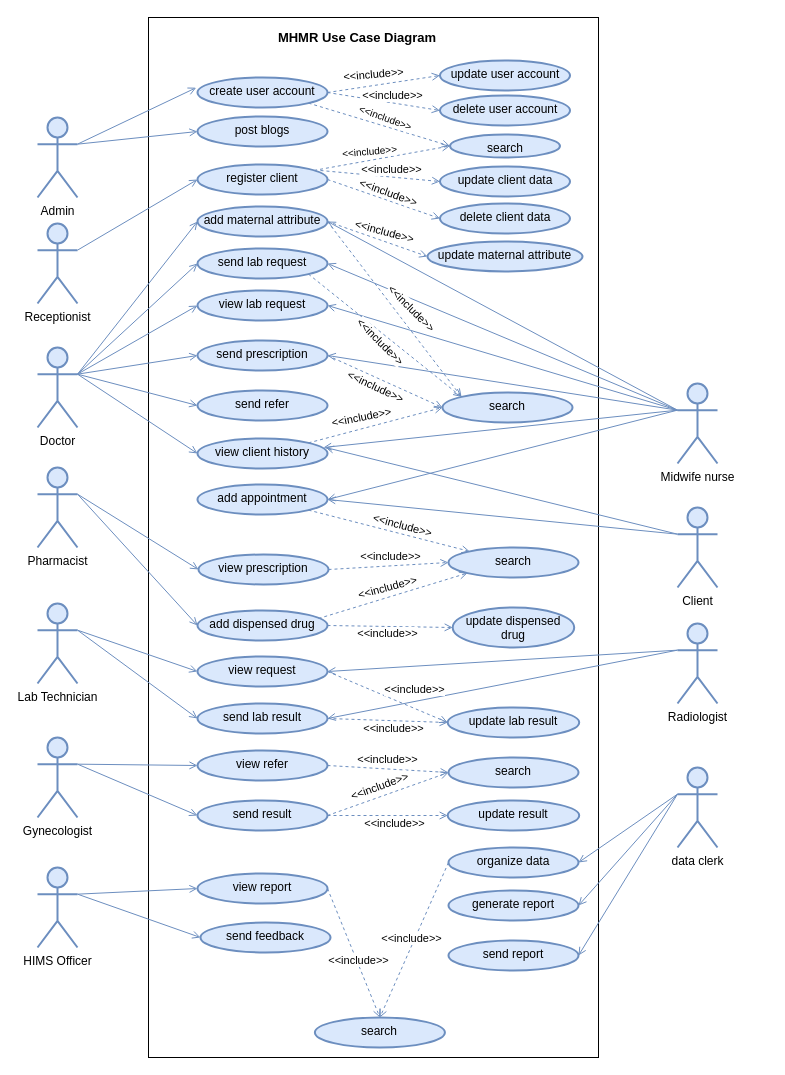
Before: Usecase Diagram.drawio in fasil712/UML_Diagram_Design, a draw.io diagram. Source tidied: cells renumbered, new cells numbered last; positions are measured from the earlier drawing's top-left corner, leaving out a move shared by most shapes. Both pictures are drawn from the tidied source at 100%, with x=0, y=0 at pixel (37, 17).
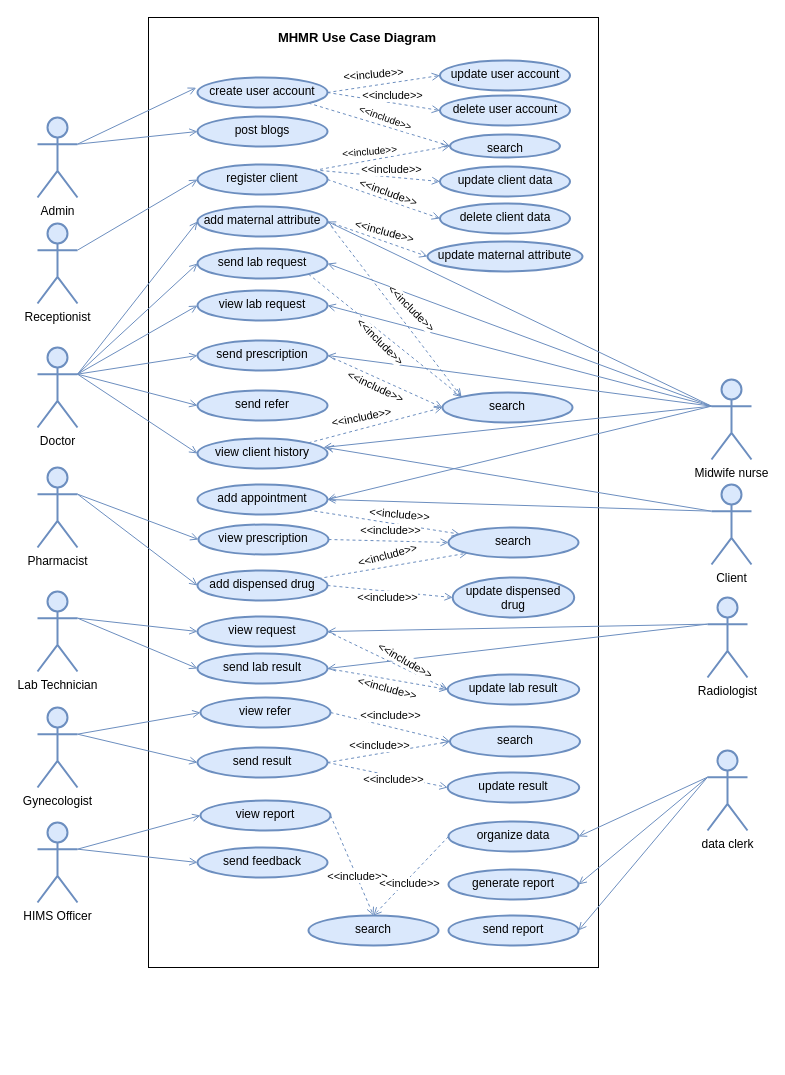
The same diagram, later.

Unchanged cells that the change refers to:
```xml
<mxCell id="59" style="rounded=0;jettySize=auto;html=1;endArrow=open;endFill=0;strokeWidth=1;fillColor=#dae8fc;strokeColor=#6c8ebf;exitX=1;exitY=0.5;exitDx=0;exitDy=0;dashed=1;entryX=0;entryY=0.5;entryDx=0;entryDy=0;" parent="1" edge="1" source="84" target="58">
  <mxGeometry relative="1" as="geometry" />
</mxCell>
<mxCell id="106" style="rounded=0;jettySize=auto;html=1;endArrow=open;endFill=0;strokeWidth=1;fillColor=#dae8fc;strokeColor=#6c8ebf;exitX=1;exitY=1;exitDx=0;exitDy=0;dashed=1;" parent="1" edge="1" source="79" target="90">
  <mxGeometry relative="1" as="geometry" />
</mxCell>
<mxCell id="119" style="rounded=0;jettySize=auto;html=1;endArrow=open;endFill=0;strokeWidth=1;fillColor=#dae8fc;strokeColor=#6c8ebf;exitX=1;exitY=0.5;exitDx=0;exitDy=0;dashed=1;entryX=0;entryY=0.5;entryDx=0;entryDy=0;" parent="1" edge="1" source="86" target="116">
  <mxGeometry relative="1" as="geometry" />
</mxCell>
<mxCell id="121" style="rounded=0;jettySize=auto;html=1;endArrow=open;endFill=0;strokeWidth=1;fillColor=#dae8fc;strokeColor=#6c8ebf;exitX=1;exitY=0.5;exitDx=0;exitDy=0;dashed=1;entryX=0;entryY=0.5;entryDx=0;entryDy=0;" parent="1" edge="1" source="83" target="58">
  <mxGeometry relative="1" as="geometry" />
</mxCell>
```

Diff of the diagram source:
```diff
@@
     <mxCell id="2" style="rounded=0;whiteSpace=wrap;html=1;strokeWidth=1;" parent="1" vertex="1">
-      <mxGeometry x="111" width="450" height="1040" as="geometry" />
+      <mxGeometry x="111" width="450" height="950" as="geometry" />
     </mxCell>
@@
     <mxCell id="30" value="Midwife nurse" style="shape=umlActor;verticalLabelPosition=bottom;verticalAlign=top;html=1;outlineConnect=0;strokeWidth=2;fillColor=#dae8fc;strokeColor=#6c8ebf;" parent="1" vertex="1">
-      <mxGeometry x="640" y="366" width="40" height="80" as="geometry" />
+      <mxGeometry x="674" y="362" width="40" height="80" as="geometry" />
     </mxCell>
@@
     <mxCell id="35" value="Client" style="shape=umlActor;verticalLabelPosition=bottom;verticalAlign=top;html=1;outlineConnect=0;strokeWidth=2;fillColor=#dae8fc;strokeColor=#6c8ebf;" parent="1" vertex="1">
-      <mxGeometry x="640" y="490" width="40" height="80" as="geometry" />
+      <mxGeometry x="674" y="467" width="40" height="80" as="geometry" />
     </mxCell>
@@
     <mxCell id="42" value="update dispensed drug" style="ellipse;whiteSpace=wrap;html=1;verticalAlign=top;strokeWidth=2;fillColor=#dae8fc;strokeColor=#6c8ebf;" parent="1" vertex="1">
-      <mxGeometry x="415.2" y="590" width="121.5" height="40" as="geometry" />
+      <mxGeometry x="415.2" y="560" width="121.5" height="40" as="geometry" />
     </mxCell>
@@
     <mxCell id="49" value="Radiologist" style="shape=umlActor;verticalLabelPosition=bottom;verticalAlign=top;html=1;outlineConnect=0;strokeWidth=2;fillColor=#dae8fc;strokeColor=#6c8ebf;" parent="1" vertex="1">
-      <mxGeometry x="640" y="606" width="40" height="80" as="geometry" />
+      <mxGeometry x="670" y="580" width="40" height="80" as="geometry" />
     </mxCell>
@@
     <mxCell id="52" value="generate report" style="ellipse;whiteSpace=wrap;html=1;verticalAlign=top;strokeWidth=2;fillColor=#dae8fc;strokeColor=#6c8ebf;" parent="1" vertex="1">
-      <mxGeometry x="411" y="873" width="130" height="30" as="geometry" />
+      <mxGeometry x="411" y="852" width="130" height="30" as="geometry" />
     </mxCell>
     <mxCell id="53" value="data clerk" style="shape=umlActor;verticalLabelPosition=bottom;verticalAlign=top;html=1;outlineConnect=0;strokeWidth=2;fillColor=#dae8fc;strokeColor=#6c8ebf;" parent="1" vertex="1">
-      <mxGeometry x="640" y="750" width="40" height="80" as="geometry" />
+      <mxGeometry x="670" y="733" width="40" height="80" as="geometry" />
     </mxCell>
@@
     <mxCell id="57" value="Lab Technician " style="shape=umlActor;verticalLabelPosition=bottom;verticalAlign=top;html=1;outlineConnect=0;strokeWidth=2;fillColor=#dae8fc;strokeColor=#6c8ebf;" parent="1" vertex="1">
-      <mxGeometry y="586" width="40" height="80" as="geometry" />
+      <mxGeometry y="574" width="40" height="80" as="geometry" />
     </mxCell>
     <mxCell id="58" value="update lab result" style="ellipse;whiteSpace=wrap;html=1;verticalAlign=top;strokeWidth=2;fillColor=#dae8fc;strokeColor=#6c8ebf;" parent="1" vertex="1">
-      <mxGeometry x="410.2" y="690" width="131.5" height="30" as="geometry" />
+      <mxGeometry x="410.2" y="657" width="131.5" height="30" as="geometry" />
     </mxCell>
@@
-    <mxCell id="60" value="&amp;lt;&amp;lt;include&amp;gt;&amp;gt;" style="edgeLabel;html=1;align=center;verticalAlign=middle;" parent="59" vertex="1">
+    <mxCell id="60" value="&amp;lt;&amp;lt;include&amp;gt;&amp;gt;" style="edgeLabel;html=1;align=center;verticalAlign=middle;rotation=15;" parent="59" vertex="1">
       <mxGeometry x="-0.24" y="-1" relative="1" as="geometry">
-        <mxPoint x="20" y="7" as="offset" />
+        <mxPoint x="15" y="10" as="offset" />
       </mxGeometry>
     </mxCell>
     <mxCell id="61" value="Gynecologist " style="shape=umlActor;verticalLabelPosition=bottom;verticalAlign=top;html=1;outlineConnect=0;strokeWidth=2;fillColor=#dae8fc;strokeColor=#6c8ebf;" parent="1" vertex="1">
-      <mxGeometry y="720" width="40" height="80" as="geometry" />
+      <mxGeometry y="690" width="40" height="80" as="geometry" />
     </mxCell>
     <mxCell id="62" value="update result" style="ellipse;whiteSpace=wrap;html=1;verticalAlign=top;strokeWidth=2;fillColor=#dae8fc;strokeColor=#6c8ebf;" parent="1" vertex="1">
-      <mxGeometry x="410.2" y="783" width="131.5" height="30" as="geometry" />
+      <mxGeometry x="410.2" y="755" width="131.5" height="30" as="geometry" />
     </mxCell>
@@
     <mxCell id="65" value="send report" style="ellipse;whiteSpace=wrap;html=1;verticalAlign=top;strokeWidth=2;fillColor=#dae8fc;strokeColor=#6c8ebf;" parent="1" vertex="1">
-      <mxGeometry x="411" y="923" width="130" height="30" as="geometry" />
+      <mxGeometry x="411" y="898" width="130" height="30" as="geometry" />
     </mxCell>
     <mxCell id="66" value="HIMS Officer" style="shape=umlActor;verticalLabelPosition=bottom;verticalAlign=top;html=1;outlineConnect=0;strokeWidth=2;fillColor=#dae8fc;strokeColor=#6c8ebf;" parent="1" vertex="1">
-      <mxGeometry y="850" width="40" height="80" as="geometry" />
+      <mxGeometry y="805" width="40" height="80" as="geometry" />
     </mxCell>
@@
     <mxCell id="81" value="view prescription" style="ellipse;whiteSpace=wrap;html=1;verticalAlign=top;strokeWidth=2;fillColor=#dae8fc;strokeColor=#6c8ebf;" parent="1" vertex="1">
-      <mxGeometry x="161" y="537" width="130" height="30" as="geometry" />
+      <mxGeometry x="161" y="507" width="130" height="30" as="geometry" />
     </mxCell>
     <mxCell id="82" value="add dispensed drug " style="ellipse;whiteSpace=wrap;html=1;verticalAlign=top;strokeWidth=2;fillColor=#dae8fc;strokeColor=#6c8ebf;" parent="1" vertex="1">
-      <mxGeometry x="160" y="593" width="130" height="30" as="geometry" />
+      <mxGeometry x="160" y="553" width="130" height="30" as="geometry" />
     </mxCell>
     <mxCell id="83" value="view request" style="ellipse;whiteSpace=wrap;html=1;verticalAlign=top;strokeWidth=2;fillColor=#dae8fc;strokeColor=#6c8ebf;" parent="1" vertex="1">
-      <mxGeometry x="160" y="639" width="130" height="30" as="geometry" />
+      <mxGeometry x="160" y="599" width="130" height="30" as="geometry" />
     </mxCell>
     <mxCell id="84" value="send lab result" style="ellipse;whiteSpace=wrap;html=1;verticalAlign=top;strokeWidth=2;fillColor=#dae8fc;strokeColor=#6c8ebf;" parent="1" vertex="1">
-      <mxGeometry x="160" y="686" width="130" height="30" as="geometry" />
+      <mxGeometry x="160" y="636" width="130" height="30" as="geometry" />
     </mxCell>
     <mxCell id="85" value="view refer" style="ellipse;whiteSpace=wrap;html=1;verticalAlign=top;strokeWidth=2;fillColor=#dae8fc;strokeColor=#6c8ebf;" parent="1" vertex="1">
-      <mxGeometry x="160" y="733" width="130" height="30" as="geometry" />
+      <mxGeometry x="163" y="680" width="130" height="30" as="geometry" />
     </mxCell>
     <mxCell id="86" value="send result" style="ellipse;whiteSpace=wrap;html=1;verticalAlign=top;strokeWidth=2;fillColor=#dae8fc;strokeColor=#6c8ebf;" parent="1" vertex="1">
-      <mxGeometry x="160" y="783" width="130" height="30" as="geometry" />
+      <mxGeometry x="160" y="730" width="130" height="30" as="geometry" />
     </mxCell>
     <mxCell id="87" value="view report" style="ellipse;whiteSpace=wrap;html=1;verticalAlign=top;strokeWidth=2;fillColor=#dae8fc;strokeColor=#6c8ebf;" parent="1" vertex="1">
-      <mxGeometry x="160" y="856" width="130" height="30" as="geometry" />
+      <mxGeometry x="163" y="783" width="130" height="30" as="geometry" />
     </mxCell>
     <mxCell id="88" value="send feedback" style="ellipse;whiteSpace=wrap;html=1;verticalAlign=top;strokeWidth=2;fillColor=#dae8fc;strokeColor=#6c8ebf;" parent="1" vertex="1">
-      <mxGeometry x="163" y="905" width="130" height="30" as="geometry" />
+      <mxGeometry x="160" y="830" width="130" height="30" as="geometry" />
     </mxCell>
@@
     <mxCell id="90" value="search" style="ellipse;whiteSpace=wrap;html=1;verticalAlign=top;strokeWidth=2;fillColor=#dae8fc;strokeColor=#6c8ebf;" parent="1" vertex="1">
-      <mxGeometry x="411" y="530" width="130" height="30" as="geometry" />
+      <mxGeometry x="411" y="510" width="130" height="30" as="geometry" />
     </mxCell>
     <mxCell id="91" value="search" style="ellipse;whiteSpace=wrap;html=1;verticalAlign=top;strokeWidth=2;fillColor=#dae8fc;strokeColor=#6c8ebf;" parent="1" vertex="1">
-      <mxGeometry x="277.4" y="1000" width="130" height="30" as="geometry" />
+      <mxGeometry x="271" y="898" width="130" height="30" as="geometry" />
     </mxCell>
     <mxCell id="92" value="organize data" style="ellipse;whiteSpace=wrap;html=1;verticalAlign=top;strokeWidth=2;fillColor=#dae8fc;strokeColor=#6c8ebf;" parent="1" vertex="1">
-      <mxGeometry x="411" y="830" width="130" height="30" as="geometry" />
+      <mxGeometry x="411" y="804" width="130" height="30" as="geometry" />
     </mxCell>
@@
-    <mxCell id="107" value="&amp;lt;&amp;lt;include&amp;gt;&amp;gt;" style="edgeLabel;html=1;align=center;verticalAlign=middle;rotation=15;" parent="106" vertex="1">
+    <mxCell id="107" value="&amp;lt;&amp;lt;include&amp;gt;&amp;gt;" style="edgeLabel;html=1;align=center;verticalAlign=middle;rotation=5;" parent="106" vertex="1">
       <mxGeometry x="-0.24" y="-1" relative="1" as="geometry">
-        <mxPoint x="33" y="-2" as="offset" />
+        <mxPoint x="33" y="-6" as="offset" />
       </mxGeometry>
     </mxCell>
@@
     <mxCell id="116" value="search" style="ellipse;whiteSpace=wrap;html=1;verticalAlign=top;strokeWidth=2;fillColor=#dae8fc;strokeColor=#6c8ebf;" parent="1" vertex="1">
-      <mxGeometry x="411" y="740" width="130" height="30" as="geometry" />
+      <mxGeometry x="412.5" y="709" width="130" height="30" as="geometry" />
     </mxCell>
@@
-    <mxCell id="120" value="&amp;lt;&amp;lt;include&amp;gt;&amp;gt;" style="edgeLabel;html=1;align=center;verticalAlign=middle;rotation=-20;" parent="119" vertex="1">
+    <mxCell id="120" value="&amp;lt;&amp;lt;include&amp;gt;&amp;gt;" style="edgeLabel;html=1;align=center;verticalAlign=middle;rotation=0;" parent="119" vertex="1">
       <mxGeometry x="-0.24" y="-1" relative="1" as="geometry">
-        <mxPoint x="5" y="-14" as="offset" />
+        <mxPoint x="5" y="-11" as="offset" />
       </mxGeometry>
     </mxCell>
@@
-    <mxCell id="122" value="&amp;lt;&amp;lt;include&amp;gt;&amp;gt;" style="edgeLabel;html=1;align=center;verticalAlign=middle;" parent="121" vertex="1">
+    <mxCell id="122" value="&amp;lt;&amp;lt;include&amp;gt;&amp;gt;" style="edgeLabel;html=1;align=center;verticalAlign=middle;rotation=30;" parent="121" vertex="1">
       <mxGeometry x="-0.24" y="-1" relative="1" as="geometry">
-        <mxPoint x="41" y="-3" as="offset" />
+        <mxPoint x="32" y="5" as="offset" />
       </mxGeometry>
     </mxCell>
```
